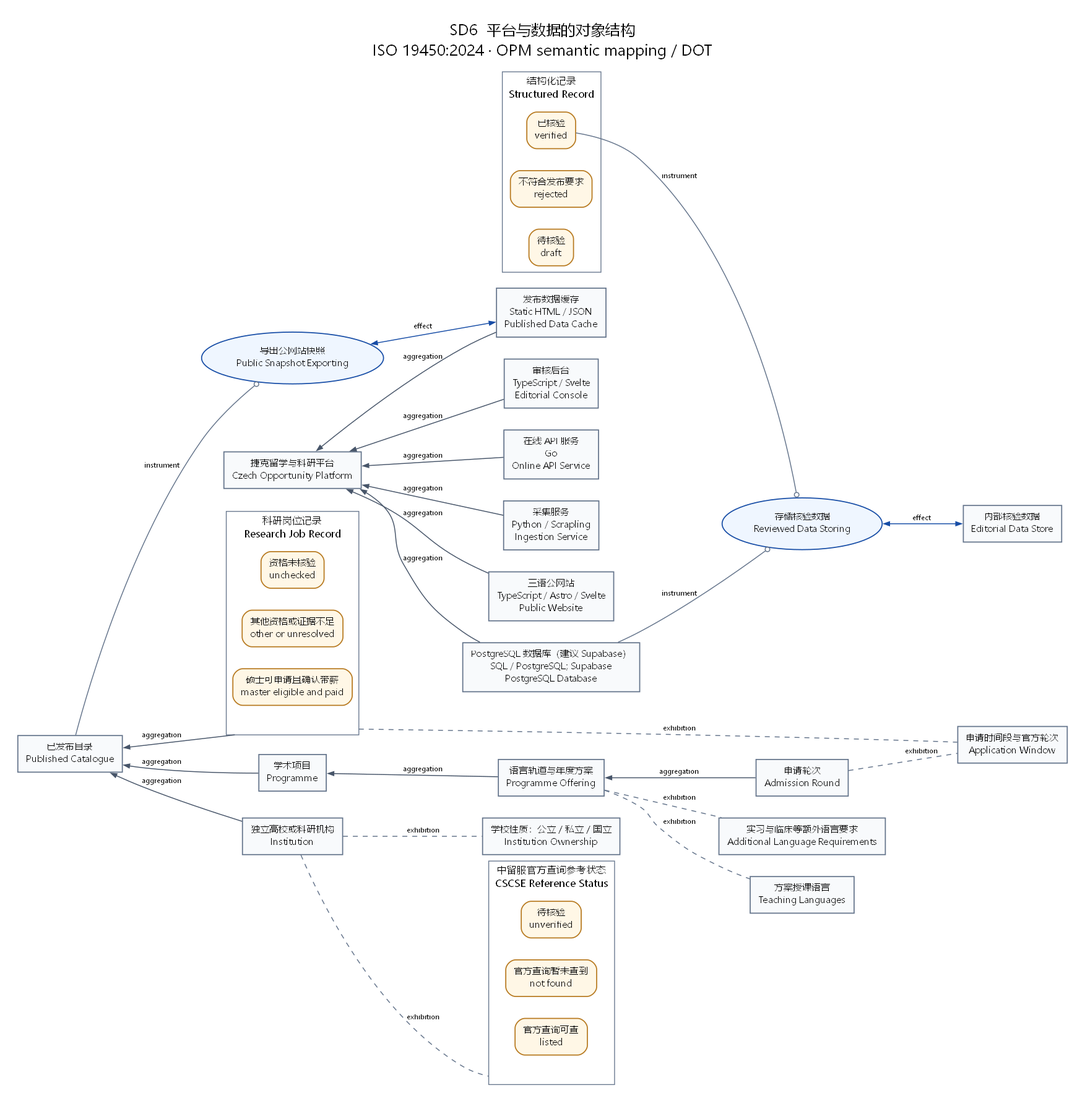
The Graphviz diagram opm/SD6.png in witold-andelie/Czech-Uni-Application, before a commit. Its source is kept beside it as opm/SD6.dot.
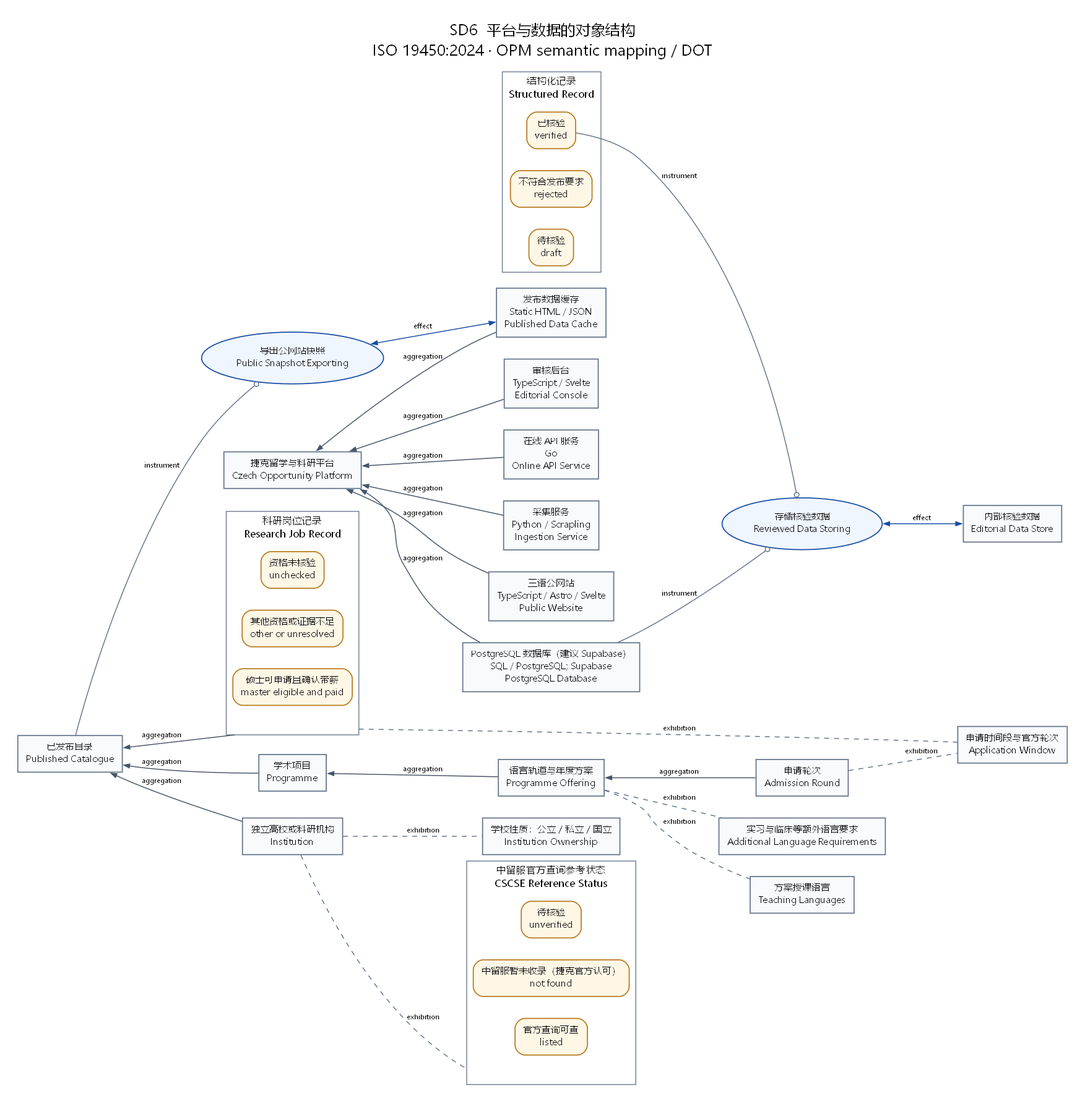
The same diagram one commit later.

The edit, as a diff of the source:
```diff
@@ -19,7 +19,7 @@
     graph [label="中留服官方查询参考状态\nCSCSE Reference Status", color="#64748B", style="solid", fontsize="12", opm_kind="object", opm_id="recognition"];
     recognition [label="", shape="point", width="0.01", style="invis", opm_kind="object", opm_anchor="true"];
     listed [label="官方查询可查\nlisted", shape="box", style="rounded,filled", fillcolor="#FFF7E6", color="#B7791F", opm_kind="state", opm_owner="recognition"];
-    notfound [label="官方查询暂未查到\nnot found", shape="box", style="rounded,filled", fillcolor="#FFF7E6", color="#B7791F", opm_kind="state", opm_owner="recognition"];
+    notfound [label="中留服暂未收录（捷克官方认可）\nnot found", shape="box", style="rounded,filled", fillcolor="#FFF7E6", color="#B7791F", opm_kind="state", opm_owner="recognition"];
     unverifiedrecognition [label="待核验\nunverified", shape="box", style="rounded,filled", fillcolor="#FFF7E6", color="#B7791F", opm_kind="state", opm_owner="recognition"];
   }
   admin [label="审核后台\nTypeScript / Svelte\nEditorial Console", shape="box", style="filled", fillcolor="#F8FAFC", color="#64748B", opm_kind="object"];
```
